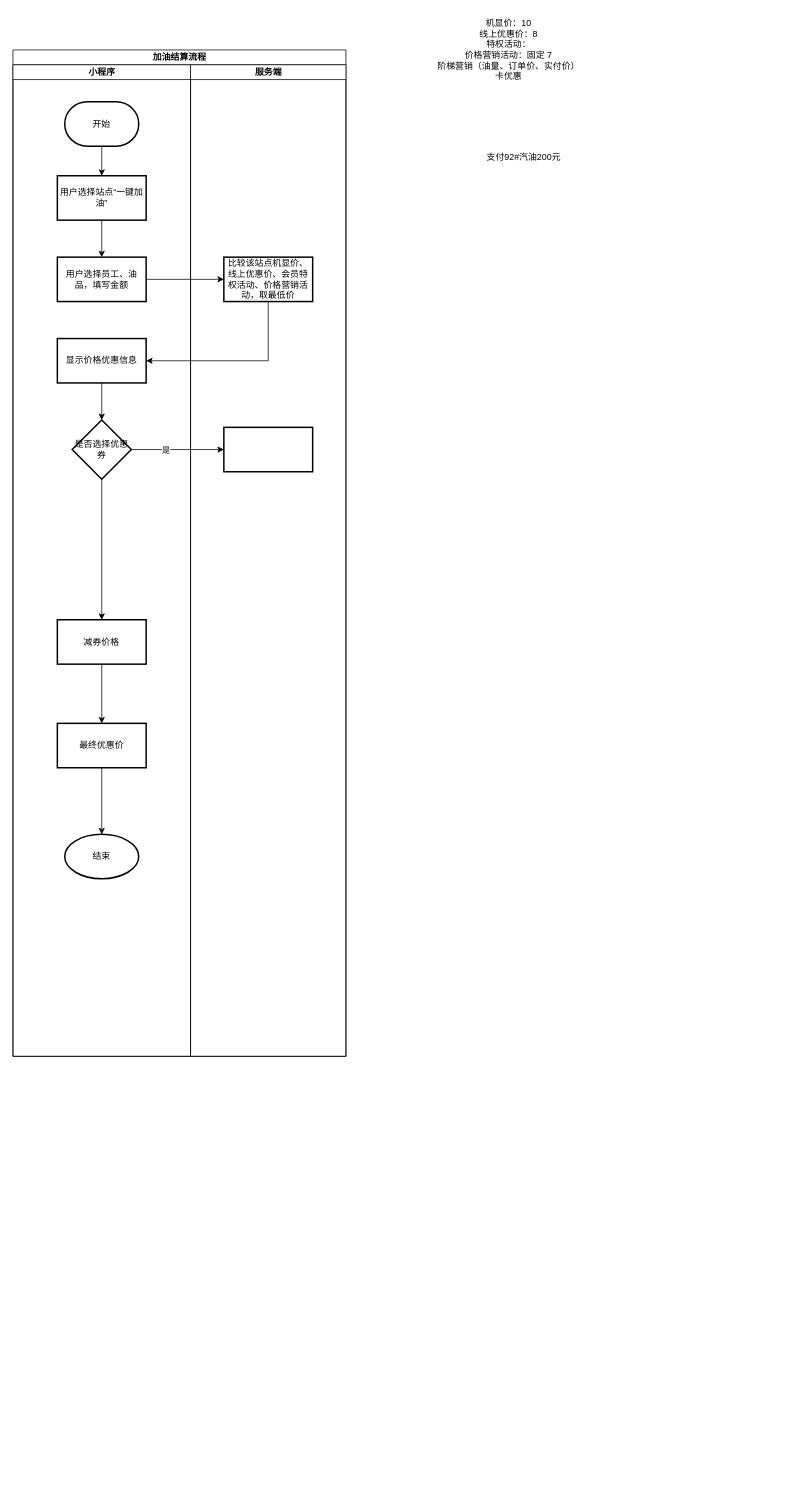
charminghiker/inventory keeps this draw.io diagram as page "结算" (3 of 3) of 富能吧.drawio. Above is the earlier version. Source tidied: cells renumbered, new cells numbered last; positions are measured from the earlier drawing's top-left corner, leaving out a move shared by most shapes. Both pictures are drawn from the tidied source at 74%, with x=0, y=0 at pixel (13, 13).
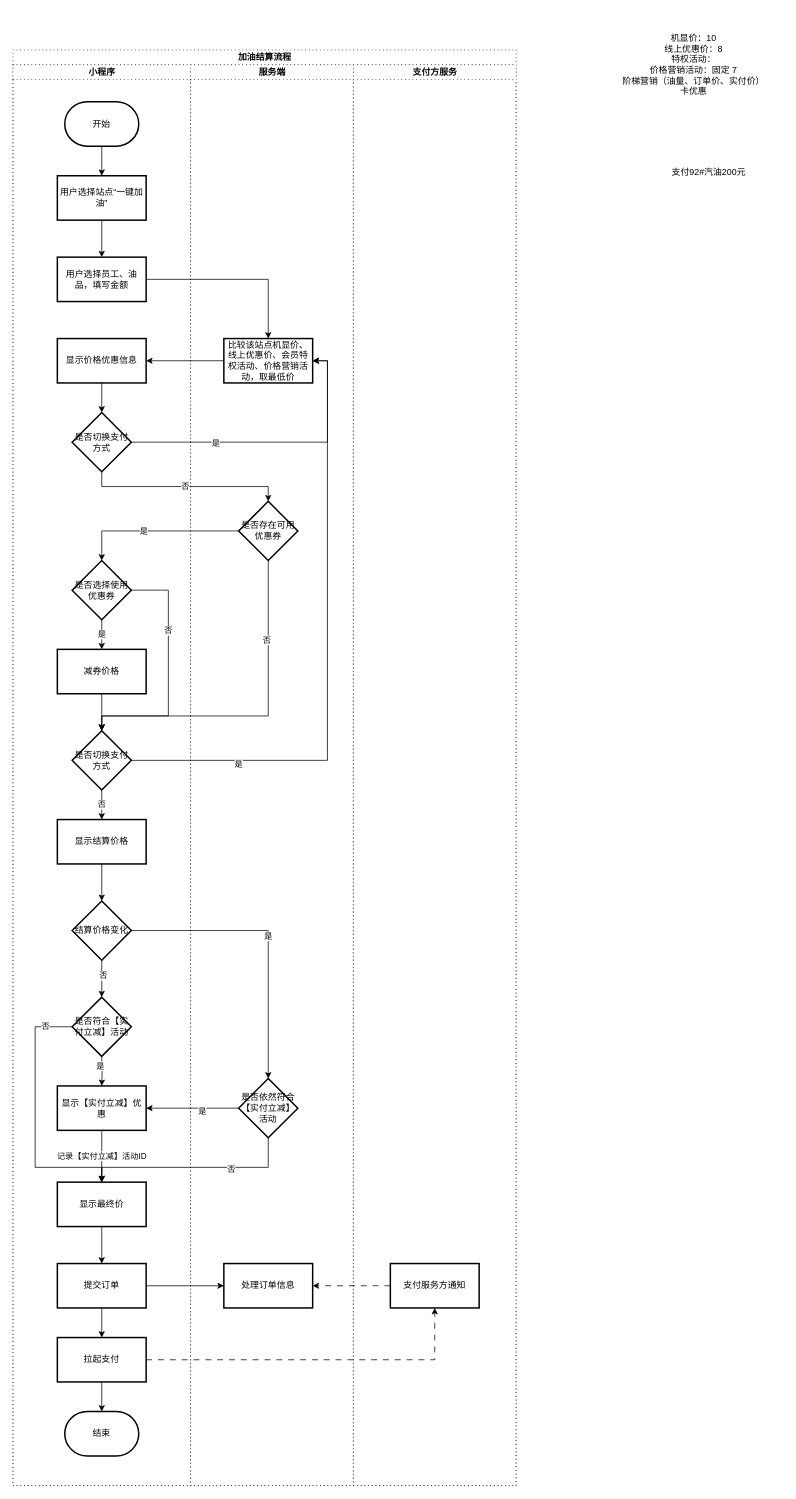
The same page after the edit.

The change refers to these unchanged cells:
```xml
<mxCell id="19" value="显示价格优惠信息" style="whiteSpace=wrap;html=1;strokeWidth=2;" parent="17" vertex="1">
  <mxGeometry x="60" y="370" width="120" height="60" as="geometry" />
</mxCell>
```

Change to the diagram source:
```diff
@@
     <mxCell id="5" value="机显价：10&lt;br&gt;线上优惠价：8&lt;br&gt;特权活动：&lt;br&gt;价格营销活动：固定 7&lt;br&gt;阶梯营销（油量、订单价、实付价）&lt;br&gt;卡优惠" style="text;html=1;strokeColor=none;fillColor=none;align=center;verticalAlign=middle;whiteSpace=wrap;rounded=0;" parent="1" vertex="1">
-      <mxGeometry x="550" width="240" height="100" as="geometry" />
+      <mxGeometry x="800" y="20" width="240" height="100" as="geometry" />
     </mxCell>
-    <mxCell id="6" style="edgeStyle=orthogonalEdgeStyle;rounded=0;jettySize=auto;html=1;" parent="1" edge="1" source="20" target="8">
-      <mxGeometry relative="1" as="geometry" />
-    </mxCell>
-    <mxCell id="7" style="edgeStyle=orthogonalEdgeStyle;rounded=0;jettySize=auto;html=1;" parent="1" edge="1" source="8" target="10">
-      <mxGeometry relative="1" as="geometry" />
-    </mxCell>
-    <mxCell id="8" value="减券价格" style="whiteSpace=wrap;html=1;strokeWidth=2;" parent="1" vertex="1">
-      <mxGeometry x="60" y="820" width="120" height="60" as="geometry" />
-    </mxCell>
-    <mxCell id="9" style="edgeStyle=orthogonalEdgeStyle;rounded=0;jettySize=auto;html=1;" parent="1" edge="1" source="10" target="11">
-      <mxGeometry relative="1" as="geometry" />
-    </mxCell>
-    <mxCell id="10" value="最终优惠价" style="whiteSpace=wrap;html=1;strokeWidth=2;" parent="1" vertex="1">
-      <mxGeometry x="60" y="960" width="120" height="60" as="geometry" />
-    </mxCell>
-    <mxCell id="11" value="结束" style="strokeWidth=2;html=1;shape=mxgraph.flowchart.start_1;whiteSpace=wrap;" parent="1" vertex="1">
-      <mxGeometry x="70" y="1110" width="100" height="60" as="geometry" />
-    </mxCell>
     <mxCell id="12" value="支付92#汽油200元" style="text;html=1;align=center;verticalAlign=middle;strokeColor=none;fillColor=none;" parent="1" vertex="1">
-      <mxGeometry x="630" y="180" width="120" height="30" as="geometry" />
+      <mxGeometry x="880" y="200" width="120" height="30" as="geometry" />
     </mxCell>
@@
-    <mxCell id="16" value="加油结算流程" style="swimlane;startSize=20;html=1;" parent="1" vertex="1">
-      <mxGeometry y="50" width="450" height="1360" as="geometry" />
+    <mxCell id="16" value="加油结算流程" style="swimlane;startSize=20;html=1;dashed=1;dashPattern=1 4;" parent="1" vertex="1">
+      <mxGeometry y="50" width="680" height="1940" as="geometry" />
     </mxCell>
+    <mxCell id="27" value="支付服务方通知" style="whiteSpace=wrap;html=1;strokeWidth=2;" parent="1" vertex="1">
+      <mxGeometry x="510" y="1690" width="120" height="60" as="geometry" />
+    </mxCell>
+    <mxCell id="28" style="edgeStyle=orthogonalEdgeStyle;rounded=0;jettySize=auto;html=1;exitX=0;exitY=0.5;exitDx=0;exitDy=0;entryX=1;entryY=0.5;entryDx=0;entryDy=0;dashed=1;dashPattern=8 8;" parent="1" edge="1" source="27" target="53">
+      <mxGeometry relative="1" as="geometry" />
+    </mxCell>
+    <mxCell id="29" style="edgeStyle=orthogonalEdgeStyle;rounded=0;jettySize=auto;html=1;entryX=0.5;entryY=1;entryDx=0;entryDy=0;dashed=1;dashPattern=8 8;" parent="1" edge="1" source="48" target="27">
+      <mxGeometry relative="1" as="geometry" />
+    </mxCell>
+    <mxCell id="30" style="group;" parent="1" vertex="1">
+      <mxGeometry y="70" width="680" height="1920" as="geometry" />
+    </mxCell>
+    <mxCell id="31" value="支付方服务" style="swimlane;startSize=20;html=1;dashed=1;dashPattern=1 4;" parent="30" vertex="1">
+      <mxGeometry x="460" width="220" height="1920" as="geometry" />
+    </mxCell>
-    <mxCell id="17" value="小程序" style="swimlane;startSize=20;html=1;" parent="16" vertex="1">
-      <mxGeometry y="20" width="240" height="1340" as="geometry" />
+    <mxCell id="17" value="小程序" style="swimlane;startSize=20;html=1;dashed=1;dashPattern=1 4;" parent="30" vertex="1">
+      <mxGeometry width="240" height="1920" as="geometry" />
     </mxCell>
-    <mxCell id="18" style="edgeStyle=orthogonalEdgeStyle;rounded=0;jettySize=auto;html=1;" parent="17" edge="1" source="19" target="20">
-      <mxGeometry relative="1" as="geometry" />
-    </mxCell>
+    <mxCell id="32" style="edgeStyle=orthogonalEdgeStyle;rounded=0;jettySize=auto;html=1;" parent="17" edge="1" source="19" target="33">
+      <mxGeometry relative="1" as="geometry" />
+    </mxCell>
@@
-    <mxCell id="20" value="是否选择优惠券" style="rhombus;whiteSpace=wrap;html=1;strokeWidth=2;" parent="17" vertex="1">
-      <mxGeometry x="80" y="480" width="80" height="80" as="geometry" />
-    </mxCell>
+    <mxCell id="33" value="是否切换支付方式" style="rhombus;whiteSpace=wrap;html=1;strokeWidth=2;" parent="17" vertex="1">
+      <mxGeometry x="80" y="470" width="80" height="80" as="geometry" />
+    </mxCell>
+    <mxCell id="34" style="edgeStyle=orthogonalEdgeStyle;rounded=0;jettySize=auto;html=1;" parent="17" edge="1" source="8" target="37">
+      <mxGeometry relative="1" as="geometry" />
+    </mxCell>
+    <mxCell id="8" value="减券价格" style="whiteSpace=wrap;html=1;strokeWidth=2;" parent="17" vertex="1">
+      <mxGeometry x="60" y="790" width="120" height="60" as="geometry" />
+    </mxCell>
+    <mxCell id="35" style="edgeStyle=orthogonalEdgeStyle;rounded=0;jettySize=auto;html=1;" parent="17" edge="1" source="10" target="46">
+      <mxGeometry relative="1" as="geometry" />
+    </mxCell>
+    <mxCell id="10" value="显示最终价" style="whiteSpace=wrap;html=1;strokeWidth=2;" parent="17" vertex="1">
+      <mxGeometry x="60" y="1510" width="120" height="60" as="geometry" />
+    </mxCell>
+    <mxCell id="36" value="否" style="edgeStyle=orthogonalEdgeStyle;rounded=0;jettySize=auto;html=1;" parent="17" edge="1" source="37" target="39">
+      <mxGeometry relative="1" as="geometry" />
+    </mxCell>
+    <mxCell id="37" value="是否切换支付方式" style="rhombus;whiteSpace=wrap;html=1;strokeWidth=2;" parent="17" vertex="1">
+      <mxGeometry x="80" y="900" width="80" height="80" as="geometry" />
+    </mxCell>
+    <mxCell id="38" style="edgeStyle=orthogonalEdgeStyle;rounded=0;jettySize=auto;html=1;" parent="17" edge="1" source="39" target="42">
+      <mxGeometry relative="1" as="geometry" />
+    </mxCell>
+    <mxCell id="39" value="显示结算价格" style="whiteSpace=wrap;html=1;strokeWidth=2;" parent="17" vertex="1">
+      <mxGeometry x="60" y="1020" width="120" height="60" as="geometry" />
+    </mxCell>
+    <mxCell id="40" style="edgeStyle=orthogonalEdgeStyle;rounded=0;jettySize=auto;html=1;" parent="17" edge="1" target="44">
+      <mxGeometry relative="1" as="geometry">
+        <mxPoint x="120" y="1340" as="sourcePoint" />
+      </mxGeometry>
+    </mxCell>
+    <mxCell id="41" value="是" style="edgeLabel;html=1;align=center;verticalAlign=middle;" parent="40" vertex="1">
+      <mxGeometry x="-0.4" y="-3" relative="1" as="geometry" />
+    </mxCell>
+    <mxCell id="42" value="结算价格变化" style="rhombus;whiteSpace=wrap;html=1;strokeWidth=2;" parent="17" vertex="1">
+      <mxGeometry x="80" y="1130" width="80" height="80" as="geometry" />
+    </mxCell>
+    <mxCell id="43" value="记录【实付立减】活动ID" style="edgeStyle=orthogonalEdgeStyle;rounded=0;jettySize=auto;html=1;entryX=0.5;entryY=0;entryDx=0;entryDy=0;" parent="17" edge="1" source="44" target="10">
+      <mxGeometry relative="1" as="geometry" />
+    </mxCell>
+    <mxCell id="44" value="显示【实付立减】优惠" style="whiteSpace=wrap;html=1;strokeWidth=2;" parent="17" vertex="1">
+      <mxGeometry x="60" y="1380" width="120" height="60" as="geometry" />
+    </mxCell>
+    <mxCell id="45" style="edgeStyle=orthogonalEdgeStyle;rounded=0;jettySize=auto;html=1;" parent="17" edge="1" source="46" target="48">
+      <mxGeometry relative="1" as="geometry" />
+    </mxCell>
+    <mxCell id="46" value="提交订单" style="whiteSpace=wrap;html=1;strokeWidth=2;" parent="17" vertex="1">
+      <mxGeometry x="60" y="1620" width="120" height="60" as="geometry" />
+    </mxCell>
+    <mxCell id="47" style="edgeStyle=orthogonalEdgeStyle;rounded=0;jettySize=auto;html=1;" parent="17" edge="1" source="48" target="11">
+      <mxGeometry relative="1" as="geometry" />
+    </mxCell>
+    <mxCell id="48" value="拉起支付" style="whiteSpace=wrap;html=1;strokeWidth=2;" parent="17" vertex="1">
+      <mxGeometry x="60" y="1720" width="120" height="60" as="geometry" />
+    </mxCell>
+    <mxCell id="11" value="结束" style="strokeWidth=2;html=1;shape=mxgraph.flowchart.terminator;whiteSpace=wrap;" parent="17" vertex="1">
+      <mxGeometry x="70" y="1820" width="100" height="60" as="geometry" />
+    </mxCell>
-    <mxCell id="21" value="服务端" style="swimlane;startSize=20;html=1;" parent="16" vertex="1">
-      <mxGeometry x="240" y="20" width="210" height="1340" as="geometry" />
+    <mxCell id="21" value="服务端" style="swimlane;startSize=20;html=1;dashed=1;dashPattern=1 4;" parent="30" vertex="1">
+      <mxGeometry x="240" width="220" height="1920" as="geometry" />
     </mxCell>
     <mxCell id="22" value="比较该站点机显价、线上优惠价、会员特权活动、价格营销活动，取最低价" style="whiteSpace=wrap;html=1;strokeWidth=2;" parent="21" vertex="1">
-      <mxGeometry x="45" y="260" width="120" height="60" as="geometry" />
+      <mxGeometry x="45" y="370" width="120" height="60" as="geometry" />
     </mxCell>
-    <mxCell id="23" style="whiteSpace=wrap;html=1;strokeWidth=2;" parent="21" vertex="1">
-      <mxGeometry x="45" y="490" width="120" height="60" as="geometry" />
-    </mxCell>
+    <mxCell id="49" style="edgeStyle=orthogonalEdgeStyle;rounded=0;jettySize=auto;html=1;entryX=0.5;entryY=0;entryDx=0;entryDy=0;" parent="21" edge="1" source="20" target="51">
+      <mxGeometry relative="1" as="geometry" />
+    </mxCell>
+    <mxCell id="50" value="是" style="edgeLabel;html=1;align=center;verticalAlign=middle;" parent="49" vertex="1">
+      <mxGeometry x="0.15" relative="1" as="geometry" />
+    </mxCell>
+    <mxCell id="20" value="是否存在可用优惠券" style="rhombus;whiteSpace=wrap;html=1;strokeWidth=2;" parent="21" vertex="1">
+      <mxGeometry x="65" y="590" width="80" height="80" as="geometry" />
+    </mxCell>
+    <mxCell id="51" value="是否选择使用优惠券" style="rhombus;whiteSpace=wrap;html=1;strokeWidth=2;" parent="21" vertex="1">
+      <mxGeometry x="-160" y="670" width="80" height="80" as="geometry" />
+    </mxCell>
+    <mxCell id="52" value="是否依然符合【实付立减】活动" style="rhombus;whiteSpace=wrap;html=1;strokeWidth=2;" parent="21" vertex="1">
+      <mxGeometry x="65" y="1370" width="80" height="80" as="geometry" />
+    </mxCell>
+    <mxCell id="53" value="处理订单信息" style="whiteSpace=wrap;html=1;strokeWidth=2;" parent="21" vertex="1">
+      <mxGeometry x="45" y="1620" width="120" height="60" as="geometry" />
+    </mxCell>
-    <mxCell id="24" style="edgeStyle=orthogonalEdgeStyle;rounded=0;jettySize=auto;html=1;exitX=0.5;exitY=1;exitDx=0;exitDy=0;entryX=1;entryY=0.5;entryDx=0;entryDy=0;" parent="16" edge="1" source="22" target="19">
+    <mxCell id="24" style="edgeStyle=orthogonalEdgeStyle;rounded=0;jettySize=auto;html=1;exitX=0;exitY=0.5;exitDx=0;exitDy=0;entryX=1;entryY=0.5;entryDx=0;entryDy=0;" parent="30" edge="1" source="22" target="19">
       <mxGeometry relative="1" as="geometry" />
     </mxCell>
-    <mxCell id="25" style="edgeStyle=orthogonalEdgeStyle;rounded=0;jettySize=auto;html=1;" parent="16" edge="1" source="20" target="23">
-      <mxGeometry relative="1" as="geometry" />
-    </mxCell>
-    <mxCell id="26" value="是" style="edgeLabel;html=1;align=center;verticalAlign=middle;" parent="25" vertex="1">
-      <mxGeometry x="-0.26" relative="1" as="geometry" />
-    </mxCell>
+    <mxCell id="54" style="edgeStyle=orthogonalEdgeStyle;rounded=0;jettySize=auto;html=1;entryX=1;entryY=0.5;entryDx=0;entryDy=0;" parent="30" edge="1" source="33" target="22">
+      <mxGeometry relative="1" as="geometry" />
+    </mxCell>
+    <mxCell id="55" value="是" style="edgeLabel;html=1;align=center;verticalAlign=middle;" parent="54" vertex="1">
+      <mxGeometry x="-0.43" y="-1" relative="1" as="geometry" />
+    </mxCell>
+    <mxCell id="56" style="edgeStyle=orthogonalEdgeStyle;rounded=0;jettySize=auto;html=1;entryX=1;entryY=0.5;entryDx=0;entryDy=0;" parent="30" edge="1" source="37" target="22">
+      <mxGeometry relative="1" as="geometry" />
+    </mxCell>
+    <mxCell id="57" value="是" style="edgeLabel;html=1;align=center;verticalAlign=middle;" parent="56" vertex="1">
+      <mxGeometry x="-0.65" y="-5" relative="1" as="geometry" />
+    </mxCell>
+    <mxCell id="18" value="否" style="edgeStyle=orthogonalEdgeStyle;rounded=0;jettySize=auto;html=1;exitX=0.5;exitY=1;exitDx=0;exitDy=0;entryX=0.5;entryY=0;entryDx=0;entryDy=0;" parent="30" edge="1" source="33" target="20">
+      <mxGeometry relative="1" as="geometry" />
+    </mxCell>
+    <mxCell id="58" value="是" style="edgeStyle=orthogonalEdgeStyle;rounded=0;jettySize=auto;html=1;" parent="30" edge="1" source="51" target="8">
+      <mxGeometry relative="1" as="geometry" />
+    </mxCell>
+    <mxCell id="59" style="edgeStyle=orthogonalEdgeStyle;rounded=0;jettySize=auto;html=1;exitX=1;exitY=0.5;exitDx=0;exitDy=0;" parent="30" edge="1" source="51">
+      <mxGeometry relative="1" as="geometry">
+        <mxPoint x="120" y="900" as="targetPoint" />
+        <Array as="points">
+          <mxPoint x="210" y="710" />
+          <mxPoint x="210" y="880" />
+          <mxPoint x="120" y="880" />
+        </Array>
+      </mxGeometry>
+    </mxCell>
+    <mxCell id="60" value="否" style="edgeLabel;html=1;align=center;verticalAlign=middle;" parent="59" vertex="1">
+      <mxGeometry x="-0.37" y="-1" relative="1" as="geometry" />
+    </mxCell>
+    <mxCell id="61" value="是" style="edgeStyle=orthogonalEdgeStyle;rounded=0;jettySize=auto;html=1;entryX=0.5;entryY=0;entryDx=0;entryDy=0;exitX=1;exitY=0.5;exitDx=0;exitDy=0;" parent="30" edge="1" source="42" target="52">
+      <mxGeometry relative="1" as="geometry" />
+    </mxCell>
+    <mxCell id="62" style="edgeStyle=orthogonalEdgeStyle;rounded=0;jettySize=auto;html=1;entryX=1;entryY=0.5;entryDx=0;entryDy=0;" parent="30" edge="1" source="52" target="44">
+      <mxGeometry relative="1" as="geometry" />
+    </mxCell>
+    <mxCell id="63" value="是" style="edgeLabel;html=1;align=center;verticalAlign=middle;" parent="62" vertex="1">
+      <mxGeometry x="-0.2" y="3" relative="1" as="geometry" />
+    </mxCell>
+    <mxCell id="64" style="edgeStyle=orthogonalEdgeStyle;rounded=0;jettySize=auto;html=1;" parent="30" edge="1" source="46" target="53">
+      <mxGeometry relative="1" as="geometry" />
+    </mxCell>
+    <mxCell id="65" style="edgeStyle=orthogonalEdgeStyle;rounded=0;jettySize=auto;html=1;entryX=0.5;entryY=0;entryDx=0;entryDy=0;" parent="30" edge="1" source="52" target="10">
+      <mxGeometry relative="1" as="geometry">
+        <Array as="points">
+          <mxPoint x="345" y="1490" />
+          <mxPoint x="120" y="1490" />
+        </Array>
+      </mxGeometry>
+    </mxCell>
+    <mxCell id="66" value="否" style="edgeLabel;html=1;align=center;verticalAlign=middle;" parent="65" vertex="1">
+      <mxGeometry x="-0.36" y="2" relative="1" as="geometry" />
+    </mxCell>
+    <mxCell id="67" style="edgeStyle=orthogonalEdgeStyle;rounded=0;jettySize=auto;html=1;entryX=0.5;entryY=0;entryDx=0;entryDy=0;exitX=0.5;exitY=1;exitDx=0;exitDy=0;" parent="30" edge="1" source="20" target="37">
+      <mxGeometry relative="1" as="geometry">
+        <Array as="points">
+          <mxPoint x="345" y="880" />
+          <mxPoint x="120" y="880" />
+        </Array>
+      </mxGeometry>
+    </mxCell>
+    <mxCell id="68" value="否" style="edgeLabel;html=1;align=center;verticalAlign=middle;" parent="67" vertex="1">
+      <mxGeometry x="-0.53" y="-3" relative="1" as="geometry" />
+    </mxCell>
+    <mxCell id="69" style="edgeStyle=orthogonalEdgeStyle;rounded=0;jettySize=auto;html=1;entryX=0.5;entryY=0;entryDx=0;entryDy=0;exitX=0;exitY=0.5;exitDx=0;exitDy=0;" parent="30" edge="1" source="71" target="10">
+      <mxGeometry relative="1" as="geometry">
+        <Array as="points">
+          <mxPoint x="30" y="1300" />
+          <mxPoint x="30" y="1490" />
+          <mxPoint x="120" y="1490" />
+        </Array>
+      </mxGeometry>
+    </mxCell>
+    <mxCell id="70" value="否" style="edgeLabel;html=1;align=center;verticalAlign=middle;" parent="69" vertex="1">
+      <mxGeometry x="-0.79" y="-1" relative="1" as="geometry" />
+    </mxCell>
+    <mxCell id="71" value="是否符合【实付立减】活动" style="rhombus;whiteSpace=wrap;html=1;strokeWidth=2;" parent="30" vertex="1">
+      <mxGeometry x="80" y="1260" width="80" height="80" as="geometry" />
+    </mxCell>
+    <mxCell id="72" style="edgeStyle=orthogonalEdgeStyle;rounded=0;jettySize=auto;html=1;" parent="30" edge="1" source="42" target="71">
+      <mxGeometry relative="1" as="geometry" />
+    </mxCell>
+    <mxCell id="73" value="否" style="edgeLabel;html=1;align=center;verticalAlign=middle;" parent="72" vertex="1">
+      <mxGeometry x="-0.22" y="1" relative="1" as="geometry" />
+    </mxCell>
```
